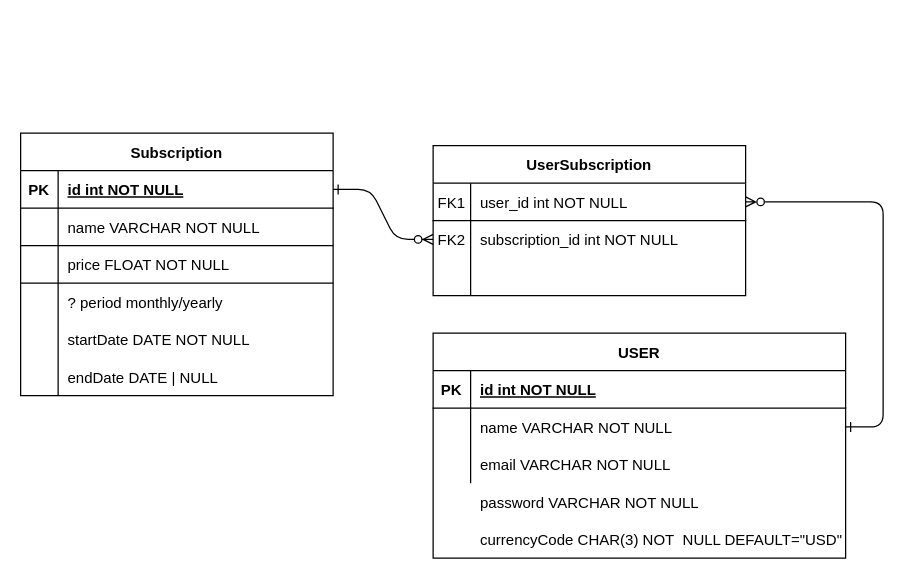
Before: backend/database-draw.io.drawio in vladyslavpron/paid-subscriptions-tracker, a draw.io diagram. Source tidied: cells renumbered, new cells numbered last; positions are measured from the earlier drawing's top-left corner, leaving out a move shared by most shapes. Both pictures are drawn from the tidied source at 125%, with x=0, y=0 at pixel (20, 132).
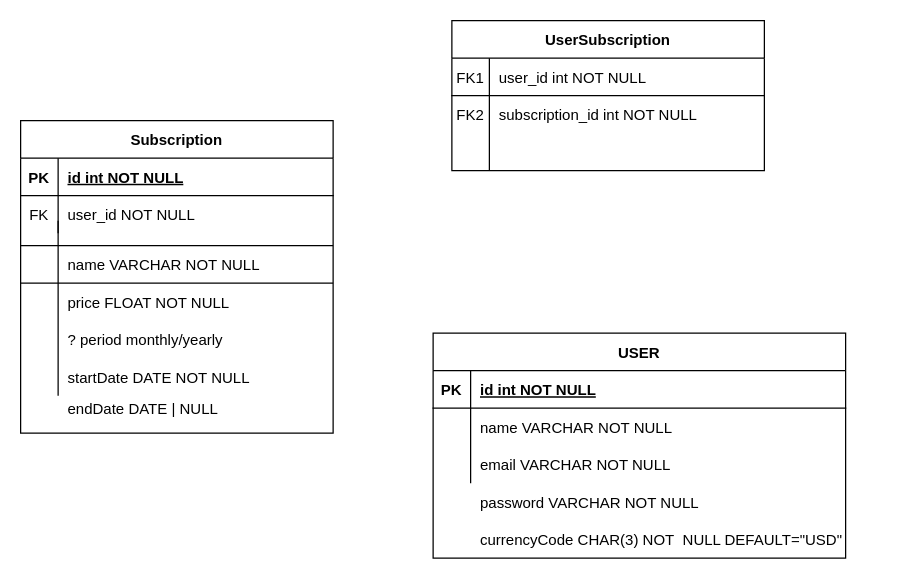
Above is the later version.

The change refers to these unchanged cells:
```xml
<mxCell id="5" style="shape=partialRectangle;fillColor=none;points=[[0,0.5],[1,0.5]];portConstraint=eastwest;top=0;left=0;right=0;bottom=1;" parent="4" vertex="1">
  <mxGeometry y="30" width="250" height="30" as="geometry" />
</mxCell>
<mxCell id="8" style="shape=partialRectangle;fillColor=none;points=[[0,0.5],[1,0.5]];portConstraint=eastwest;top=0;left=0;right=0;bottom=0;" parent="4" vertex="1">
  <mxGeometry y="60" width="250" height="30" as="geometry" />
</mxCell>
<mxCell id="18" style="shape=partialRectangle;fillColor=none;points=[[0,0.5],[1,0.5]];portConstraint=eastwest;top=0;left=0;right=0;bottom=0;" parent="14" vertex="1">
  <mxGeometry y="60" width="330" height="30" as="geometry" />
</mxCell>
<mxCell id="25" style="shape=partialRectangle;fillColor=none;points=[[0,0.5],[1,0.5]];portConstraint=eastwest;top=0;left=0;right=0;bottom=1;" parent="24" vertex="1">
  <mxGeometry y="30" width="250" height="30" as="geometry" />
</mxCell>
<mxCell id="28" style="shape=partialRectangle;fillColor=none;top=0;left=0;right=0;bottom=0;" parent="24" vertex="1">
  <mxGeometry y="60" width="250" height="30" as="geometry" />
</mxCell>
```

What changed in the source:
```diff
@@
-    <mxCell id="2" style="edgeStyle=entityRelationEdgeStyle;endArrow=ERzeroToMany;startArrow=ERone;endFill=1;startFill=0;" parent="1" edge="1" source="25" target="8">
-      <mxGeometry relative="1" as="geometry" />
-    </mxCell>
-    <mxCell id="3" style="edgeStyle=entityRelationEdgeStyle;endArrow=ERone;startArrow=ERzeroToMany;endFill=0;startFill=0;" parent="1" edge="1" source="5" target="18">
-      <mxGeometry relative="1" as="geometry" />
-    </mxCell>
     <mxCell id="4" value="UserSubscription" style="shape=table;startSize=30;childLayout=tableLayout;rowLines=0;fontStyle=1;align=center;" parent="1" vertex="1">
-      <mxGeometry x="330" y="10" width="250" height="120" as="geometry" />
+      <mxGeometry x="345" y="-90" width="250" height="120" as="geometry" />
     </mxCell>
@@
     <mxCell id="24" value="Subscription" style="shape=table;startSize=30;childLayout=tableLayout;rowLines=0;fontStyle=1;align=center;" parent="1" vertex="1">
-      <mxGeometry width="250" height="210" as="geometry" />
+      <mxGeometry y="-10" width="250" height="250" as="geometry" />
     </mxCell>
@@
-    <mxCell id="29" style="shape=partialRectangle;overflow=hidden;fillColor=none;top=0;left=0;bottom=0;right=0;" parent="28" vertex="1">
+    <mxCell id="29" value="FK" style="shape=partialRectangle;overflow=hidden;fillColor=none;top=0;left=0;bottom=0;right=0;" parent="28" vertex="1">
       <mxGeometry width="30" height="30" as="geometry" />
     </mxCell>
-    <mxCell id="30" value="name VARCHAR NOT NULL" style="shape=partialRectangle;overflow=hidden;fillColor=none;top=0;left=0;bottom=0;right=0;align=left;spacingLeft=6;" parent="28" vertex="1">
+    <mxCell id="30" style="shape=partialRectangle;overflow=hidden;fillColor=none;top=0;left=0;bottom=0;right=0;align=left;spacingLeft=6;" parent="28" vertex="1">
       <mxGeometry x="30" width="220" height="30" as="geometry" />
     </mxCell>
     <mxCell id="31" value="price FLOAT NOT NULL" style="shape=partialRectangle;overflow=hidden;fillColor=none;top=0;left=0;bottom=0;right=0;align=left;spacingLeft=6;fontStyle=0;" parent="1" vertex="1">
-      <mxGeometry x="30" y="90" width="220" height="30" as="geometry" />
+      <mxGeometry x="30" y="120" width="220" height="30" as="geometry" />
     </mxCell>
@@
     <mxCell id="35" style="endArrow=none;html=1;rounded=0;" parent="1" edge="1">
       <mxGeometry relative="1" as="geometry">
-        <mxPoint x="30" y="90" as="sourcePoint" />
+        <mxPoint x="30" y="70" as="sourcePoint" />
         <mxPoint x="30" y="210" as="targetPoint" />
       </mxGeometry>
     </mxCell>
     <mxCell id="36" value="? period monthly/yearly" style="shape=partialRectangle;overflow=hidden;fillColor=none;top=0;left=0;bottom=0;right=0;align=left;spacingLeft=6;" parent="1" vertex="1">
-      <mxGeometry x="30" y="120" width="220" height="30" as="geometry" />
+      <mxGeometry x="30" y="150" width="220" height="30" as="geometry" />
     </mxCell>
     <mxCell id="37" value="endDate DATE | NULL" style="shape=partialRectangle;overflow=hidden;fillColor=none;top=0;left=0;bottom=0;right=0;align=left;spacingLeft=6;" parent="1" vertex="1">
-      <mxGeometry x="30" y="180" width="220" height="30" as="geometry" />
+      <mxGeometry x="30" y="210" width="220" height="20" as="geometry" />
     </mxCell>
     <mxCell id="38" value="startDate DATE NOT NULL" style="shape=partialRectangle;overflow=hidden;fillColor=none;top=0;left=0;bottom=0;right=0;align=left;spacingLeft=6;" parent="1" vertex="1">
-      <mxGeometry x="30" y="150" width="220" height="30" as="geometry" />
+      <mxGeometry x="30" y="180" width="220" height="30" as="geometry" />
     </mxCell>
@@
+    <mxCell id="41" value="name VARCHAR NOT NULL" style="shape=partialRectangle;overflow=hidden;fillColor=none;top=0;left=0;bottom=0;right=0;align=left;spacingLeft=6;fontStyle=0;" parent="1" vertex="1">
+      <mxGeometry x="30" y="90" width="220" height="30" as="geometry" />
+    </mxCell>
+    <mxCell id="42" value="user_id NOT NULL" style="shape=partialRectangle;overflow=hidden;fillColor=none;top=0;left=0;bottom=0;right=0;align=left;spacingLeft=6;fontStyle=0;" parent="1" vertex="1">
+      <mxGeometry x="30" y="50" width="220" height="30" as="geometry" />
+    </mxCell>
```
